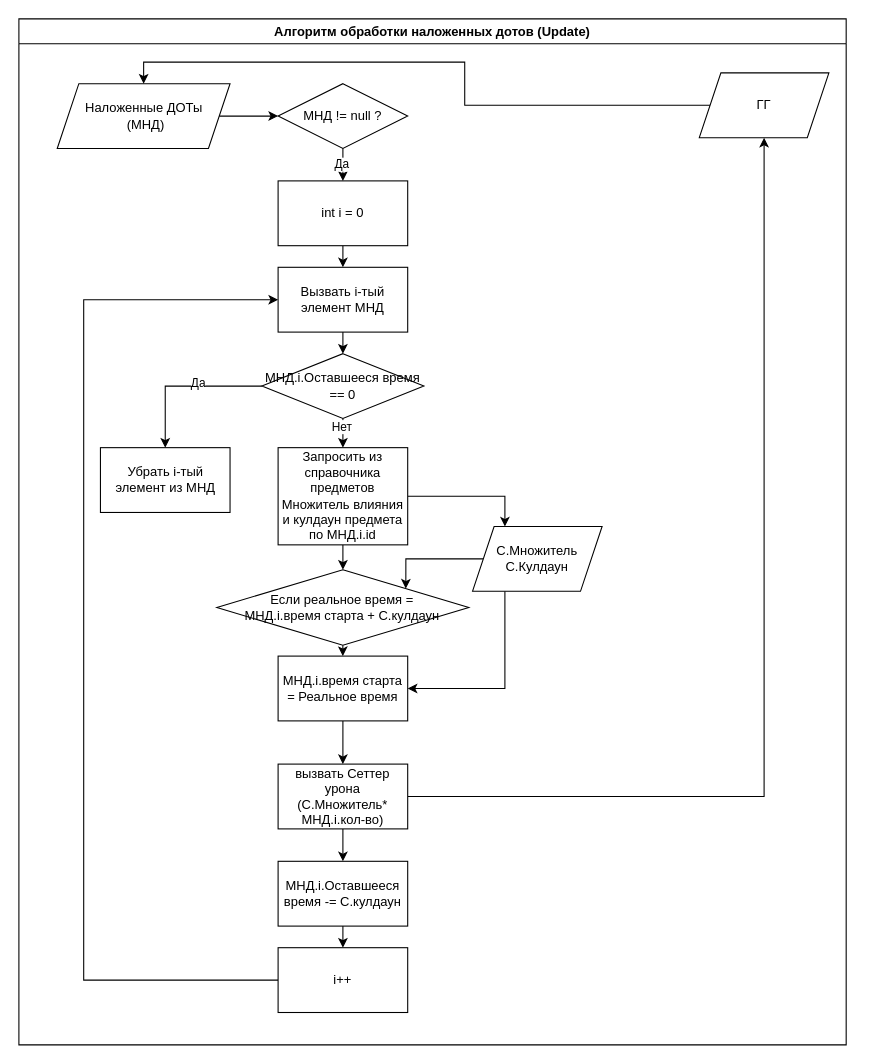
This is Архитектура/Алгоритм обработки наложенных дотов.drawio from alstodont/unityArc, a draw.io file, before an edit. Source tidied: cells renumbered, new cells numbered last; positions are measured from the earlier drawing's top-left corner, leaving out a move shared by most shapes. Both pictures are drawn from the tidied source at 108%, with x=0, y=0 at pixel (18, 18).
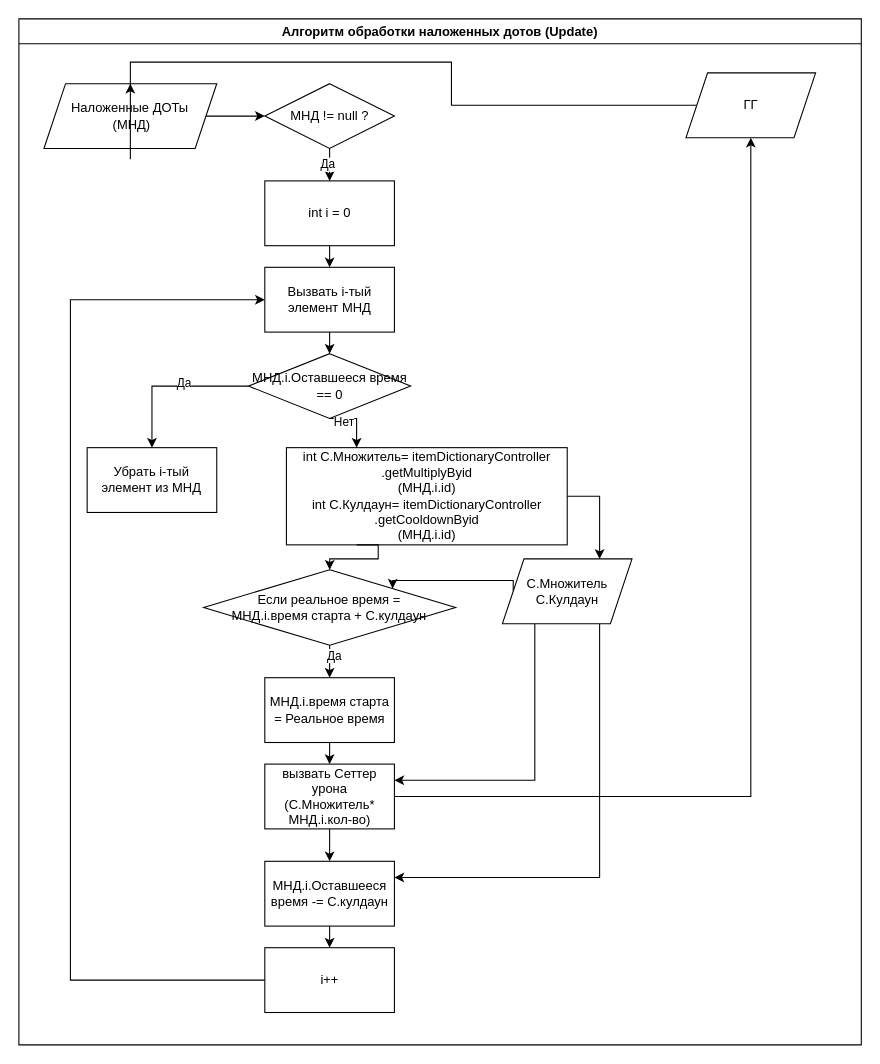
After the change.

The change refers to these unchanged cells:
```xml
<mxCell id="8" style="edgeStyle=orthogonalEdgeStyle;rounded=0;jettySize=auto;html=1;exitX=0.5;exitY=1;exitDx=0;exitDy=0;" parent="2" edge="1" source="5" target="7">
  <mxGeometry relative="1" as="geometry" />
</mxCell>
```

The edit, as a diff of the source:
```diff
@@
     <mxCell id="2" value="Алгоритм обработки наложенных дотов (Update)" style="swimlane;whiteSpace=wrap;html=1;" parent="1" vertex="1">
-      <mxGeometry width="766" height="950" as="geometry" />
+      <mxGeometry width="780" height="950" as="geometry" />
     </mxCell>
-    <mxCell id="3" style="edgeStyle=orthogonalEdgeStyle;rounded=0;jettySize=auto;html=1;exitX=1;exitY=0.5;exitDx=0;exitDy=0;entryX=0;entryY=0.5;entryDx=0;entryDy=0;" parent="2" edge="1" source="4" target="5">
-      <mxGeometry relative="1" as="geometry" />
-    </mxCell>
     <mxCell id="4" value="Наложенные ДОТы&lt;br&gt;&amp;nbsp;(МНД)" style="shape=parallelogram;perimeter=parallelogramPerimeter;whiteSpace=wrap;html=1;fixedSize=1;" parent="2" vertex="1">
-      <mxGeometry x="35.5" y="60" width="160" height="60" as="geometry" />
+      <mxGeometry x="23.2" y="60" width="160" height="60" as="geometry" />
     </mxCell>
     <mxCell id="5" value="МНД != null ?" style="shape=rhombus;perimeter=rhombusPerimeter;whiteSpace=wrap;html=1;align=center;" parent="2" vertex="1">
-      <mxGeometry x="240" y="60" width="120" height="60" as="geometry" />
+      <mxGeometry x="227.7" y="60" width="120" height="60" as="geometry" />
     </mxCell>
-    <mxCell id="6" style="edgeStyle=orthogonalEdgeStyle;rounded=0;jettySize=auto;html=1;exitX=0.5;exitY=1;exitDx=0;exitDy=0;entryX=0.5;entryY=0;entryDx=0;entryDy=0;" parent="2" edge="1" source="7" target="11">
-      <mxGeometry relative="1" as="geometry" />
-    </mxCell>
+    <mxCell id="3" style="edgeStyle=orthogonalEdgeStyle;rounded=0;jettySize=auto;html=1;exitX=1;exitY=0.5;exitDx=0;exitDy=0;entryX=0;entryY=0.5;entryDx=0;entryDy=0;" parent="2" edge="1" source="4" target="5">
+      <mxGeometry relative="1" as="geometry" />
+    </mxCell>
     <mxCell id="7" value="int i = 0" style="rounded=0;whiteSpace=wrap;html=1;" parent="2" vertex="1">
-      <mxGeometry x="240" y="150" width="120" height="60" as="geometry" />
+      <mxGeometry x="227.7" y="150" width="120" height="60" as="geometry" />
     </mxCell>
@@
-    <mxCell id="9" value="Да" style="edgeLabel;html=1;align=center;verticalAlign=middle;" parent="8" vertex="1">
-      <mxGeometry x="0.34" y="-2" relative="1" as="geometry" />
-    </mxCell>
-    <mxCell id="10" style="edgeStyle=orthogonalEdgeStyle;rounded=0;jettySize=auto;html=1;exitX=0.5;exitY=1;exitDx=0;exitDy=0;entryX=0.5;entryY=0;entryDx=0;entryDy=0;" parent="2" edge="1" source="11" target="19">
-      <mxGeometry relative="1" as="geometry" />
-    </mxCell>
+    <mxCell id="37" value="Да" style="edgeLabel;html=1;align=center;verticalAlign=middle;" parent="8" vertex="1">
+      <mxGeometry x="0.34" y="-2" relative="1" as="geometry" />
+    </mxCell>
     <mxCell id="11" value="Вызвать i-тый элемент МНД" style="rounded=0;whiteSpace=wrap;html=1;" parent="2" vertex="1">
-      <mxGeometry x="240" y="230" width="120" height="60" as="geometry" />
+      <mxGeometry x="227.7" y="230" width="120" height="60" as="geometry" />
     </mxCell>
-    <mxCell id="12" style="edgeStyle=orthogonalEdgeStyle;rounded=0;jettySize=auto;html=1;exitX=0.5;exitY=1;exitDx=0;exitDy=0;entryX=0.5;entryY=0;entryDx=0;entryDy=0;" parent="2" edge="1" source="14">
-      <mxGeometry relative="1" as="geometry">
-        <mxPoint x="300" y="510" as="targetPoint" />
-      </mxGeometry>
-    </mxCell>
-    <mxCell id="13" style="edgeStyle=orthogonalEdgeStyle;rounded=0;jettySize=auto;html=1;exitX=1;exitY=0.5;exitDx=0;exitDy=0;entryX=0.25;entryY=0;entryDx=0;entryDy=0;" parent="2" edge="1" source="14" target="36">
-      <mxGeometry relative="1" as="geometry" />
-    </mxCell>
-    <mxCell id="14" value="Запросить из справочника предметов Множитель влияния и кулдаун предмета по МНД.i.id" style="rounded=0;whiteSpace=wrap;html=1;" parent="2" vertex="1">
-      <mxGeometry x="240" y="397" width="120" height="90" as="geometry" />
-    </mxCell>
-    <mxCell id="15" style="edgeStyle=orthogonalEdgeStyle;rounded=0;jettySize=auto;html=1;exitX=0;exitY=0.5;exitDx=0;exitDy=0;" parent="2" edge="1" source="19" target="20">
-      <mxGeometry relative="1" as="geometry" />
-    </mxCell>
-    <mxCell id="16" value="Да" style="edgeLabel;html=1;align=center;verticalAlign=middle;" parent="15" vertex="1">
-      <mxGeometry x="-0.18" y="-4" relative="1" as="geometry" />
-    </mxCell>
-    <mxCell id="17" style="edgeStyle=orthogonalEdgeStyle;rounded=0;jettySize=auto;html=1;exitX=0.5;exitY=1;exitDx=0;exitDy=0;entryX=0.5;entryY=0;entryDx=0;entryDy=0;" parent="2" edge="1" source="19" target="14">
-      <mxGeometry relative="1" as="geometry" />
-    </mxCell>
+    <mxCell id="6" style="edgeStyle=orthogonalEdgeStyle;rounded=0;jettySize=auto;html=1;exitX=0.5;exitY=1;exitDx=0;exitDy=0;entryX=0.5;entryY=0;entryDx=0;entryDy=0;" parent="2" edge="1" source="7" target="11">
+      <mxGeometry relative="1" as="geometry" />
+    </mxCell>
+    <mxCell id="38" value="int С.Множитель= itemDictionaryController&lt;br style=&quot;border-color: var(--border-color);&quot;&gt;.getMultiplyByid&lt;br style=&quot;border-color: var(--border-color);&quot;&gt;(МНД.i.id)&lt;br&gt;int С.Кулдаун= itemDictionaryController&lt;br style=&quot;border-color: var(--border-color);&quot;&gt;.getCooldownByid&lt;br style=&quot;border-color: var(--border-color);&quot;&gt;(МНД.i.id)" style="rounded=0;whiteSpace=wrap;html=1;" parent="2" vertex="1">
+      <mxGeometry x="247.7" y="397" width="260" height="90" as="geometry" />
+    </mxCell>
+    <mxCell id="39" style="edgeStyle=orthogonalEdgeStyle;rounded=0;jettySize=auto;html=1;exitX=0.5;exitY=1;exitDx=0;exitDy=0;entryX=0.25;entryY=0;entryDx=0;entryDy=0;" parent="2" edge="1" source="19" target="38">
+      <mxGeometry relative="1" as="geometry" />
+    </mxCell>
-    <mxCell id="18" value="Нет" style="edgeLabel;html=1;align=center;verticalAlign=middle;" parent="17" vertex="1">
+    <mxCell id="18" value="Нет" style="edgeLabel;html=1;align=center;verticalAlign=middle;" parent="39" vertex="1">
       <mxGeometry x="-0.51" y="-2" relative="1" as="geometry" />
     </mxCell>
     <mxCell id="19" value="МНД.i.Оставшееся время == 0" style="shape=rhombus;perimeter=rhombusPerimeter;whiteSpace=wrap;html=1;align=center;" parent="2" vertex="1">
-      <mxGeometry x="225" y="310" width="150" height="60" as="geometry" />
+      <mxGeometry x="212.7" y="310" width="150" height="60" as="geometry" />
     </mxCell>
+    <mxCell id="10" style="edgeStyle=orthogonalEdgeStyle;rounded=0;jettySize=auto;html=1;exitX=0.5;exitY=1;exitDx=0;exitDy=0;entryX=0.5;entryY=0;entryDx=0;entryDy=0;" parent="2" edge="1" source="11" target="19">
+      <mxGeometry relative="1" as="geometry" />
+    </mxCell>
     <mxCell id="20" value="Убрать i-тый элемент из МНД" style="rounded=0;whiteSpace=wrap;html=1;" parent="2" vertex="1">
-      <mxGeometry x="75.5" y="397" width="120" height="60" as="geometry" />
+      <mxGeometry x="63.2" y="397" width="120" height="60" as="geometry" />
     </mxCell>
-    <mxCell id="21" style="edgeStyle=orthogonalEdgeStyle;rounded=0;jettySize=auto;html=1;exitX=0.5;exitY=1;exitDx=0;exitDy=0;entryX=0.5;entryY=0;entryDx=0;entryDy=0;" parent="2" edge="1" source="23" target="29">
-      <mxGeometry relative="1" as="geometry" />
-    </mxCell>
-    <mxCell id="22" style="edgeStyle=orthogonalEdgeStyle;rounded=0;jettySize=auto;html=1;exitX=1;exitY=0.5;exitDx=0;exitDy=0;entryX=0.5;entryY=1;entryDx=0;entryDy=0;" parent="2" edge="1" source="23" target="25">
-      <mxGeometry relative="1" as="geometry" />
-    </mxCell>
+    <mxCell id="15" style="edgeStyle=orthogonalEdgeStyle;rounded=0;jettySize=auto;html=1;exitX=0;exitY=0.5;exitDx=0;exitDy=0;" parent="2" edge="1" source="19" target="20">
+      <mxGeometry relative="1" as="geometry" />
+    </mxCell>
+    <mxCell id="40" value="Да" style="edgeLabel;html=1;align=center;verticalAlign=middle;" parent="15" vertex="1">
+      <mxGeometry x="-0.18" y="-4" relative="1" as="geometry" />
+    </mxCell>
     <mxCell id="23" value="вызвать Сеттер урона (С.Множитель*&lt;br&gt;МНД.i.кол-во)" style="rounded=0;whiteSpace=wrap;html=1;" parent="2" vertex="1">
-      <mxGeometry x="240" y="690" width="120" height="60" as="geometry" />
+      <mxGeometry x="227.7" y="690" width="120" height="60" as="geometry" />
     </mxCell>
@@
     <mxCell id="25" value="ГГ" style="shape=parallelogram;perimeter=parallelogramPerimeter;whiteSpace=wrap;html=1;fixedSize=1;" parent="2" vertex="1">
-      <mxGeometry x="630" y="50" width="120" height="60" as="geometry" />
+      <mxGeometry x="617.7" y="50" width="120" height="60" as="geometry" />
     </mxCell>
-    <mxCell id="26" style="edgeStyle=orthogonalEdgeStyle;rounded=0;jettySize=auto;html=1;exitX=0.5;exitY=1;exitDx=0;exitDy=0;entryX=0.5;entryY=0;entryDx=0;entryDy=0;" parent="2" edge="1" source="27" target="33">
-      <mxGeometry relative="1" as="geometry" />
-    </mxCell>
+    <mxCell id="22" style="edgeStyle=orthogonalEdgeStyle;rounded=0;jettySize=auto;html=1;exitX=1;exitY=0.5;exitDx=0;exitDy=0;entryX=0.5;entryY=1;entryDx=0;entryDy=0;" parent="2" edge="1" source="23" target="25">
+      <mxGeometry relative="1" as="geometry" />
+    </mxCell>
     <mxCell id="27" value="Если реальное время = &lt;br&gt;МНД.i.время старта + С.кулдаун" style="shape=rhombus;perimeter=rhombusPerimeter;whiteSpace=wrap;html=1;align=center;" parent="2" vertex="1">
-      <mxGeometry x="183.3" y="510" width="233.3" height="70" as="geometry" />
+      <mxGeometry x="171.1" y="510" width="233.3" height="70" as="geometry" />
     </mxCell>
-    <mxCell id="28" style="edgeStyle=orthogonalEdgeStyle;rounded=0;jettySize=auto;html=1;exitX=0.5;exitY=1;exitDx=0;exitDy=0;entryX=0.5;entryY=0;entryDx=0;entryDy=0;" parent="2" edge="1" source="29" target="31">
-      <mxGeometry relative="1" as="geometry" />
-    </mxCell>
+    <mxCell id="41" style="edgeStyle=orthogonalEdgeStyle;rounded=0;jettySize=auto;html=1;exitX=0.25;exitY=1;exitDx=0;exitDy=0;entryX=0.5;entryY=0;entryDx=0;entryDy=0;" parent="2" edge="1" source="38" target="27">
+      <mxGeometry relative="1" as="geometry">
+        <Array as="points">
+          <mxPoint x="332.7" y="500" />
+          <mxPoint x="287.7" y="500" />
+        </Array>
+      </mxGeometry>
+    </mxCell>
     <mxCell id="29" value="МНД.i.Оставшееся время -= С.кулдаун" style="rounded=0;whiteSpace=wrap;html=1;" parent="2" vertex="1">
-      <mxGeometry x="240" y="780" width="120" height="60" as="geometry" />
+      <mxGeometry x="227.7" y="780" width="120" height="60" as="geometry" />
     </mxCell>
+    <mxCell id="21" style="edgeStyle=orthogonalEdgeStyle;rounded=0;jettySize=auto;html=1;exitX=0.5;exitY=1;exitDx=0;exitDy=0;entryX=0.5;entryY=0;entryDx=0;entryDy=0;" parent="2" edge="1" source="23" target="29">
+      <mxGeometry relative="1" as="geometry" />
+    </mxCell>
     <mxCell id="30" style="edgeStyle=orthogonalEdgeStyle;rounded=0;jettySize=auto;html=1;exitX=0;exitY=0.5;exitDx=0;exitDy=0;entryX=0;entryY=0.5;entryDx=0;entryDy=0;" parent="2" edge="1" source="31" target="11">
       <mxGeometry relative="1" as="geometry">
         <Array as="points">
-          <mxPoint x="60" y="890" />
-          <mxPoint x="60" y="260" />
+          <mxPoint x="47.7" y="890" />
+          <mxPoint x="47.7" y="260" />
         </Array>
       </mxGeometry>
     </mxCell>
     <mxCell id="31" value="i++" style="rounded=0;whiteSpace=wrap;html=1;" parent="2" vertex="1">
-      <mxGeometry x="240" y="860" width="120" height="60" as="geometry" />
+      <mxGeometry x="227.7" y="860" width="120" height="60" as="geometry" />
     </mxCell>
+    <mxCell id="28" style="edgeStyle=orthogonalEdgeStyle;rounded=0;jettySize=auto;html=1;exitX=0.5;exitY=1;exitDx=0;exitDy=0;entryX=0.5;entryY=0;entryDx=0;entryDy=0;" parent="2" edge="1" source="29" target="31">
+      <mxGeometry relative="1" as="geometry" />
+    </mxCell>
@@
     <mxCell id="33" value="МНД.i.время старта = Реальное время" style="rounded=0;whiteSpace=wrap;html=1;" parent="2" vertex="1">
-      <mxGeometry x="240" y="590" width="120" height="60" as="geometry" />
+      <mxGeometry x="227.7" y="610" width="120" height="60" as="geometry" />
     </mxCell>
-    <mxCell id="34" style="edgeStyle=orthogonalEdgeStyle;rounded=0;jettySize=auto;html=1;exitX=0.25;exitY=1;exitDx=0;exitDy=0;entryX=1;entryY=0.5;entryDx=0;entryDy=0;" parent="2" edge="1" source="36" target="33">
-      <mxGeometry relative="1" as="geometry" />
-    </mxCell>
+    <mxCell id="26" style="edgeStyle=orthogonalEdgeStyle;rounded=0;jettySize=auto;html=1;exitX=0.5;exitY=1;exitDx=0;exitDy=0;entryX=0.5;entryY=0;entryDx=0;entryDy=0;" parent="2" edge="1" source="27" target="33">
+      <mxGeometry relative="1" as="geometry" />
+    </mxCell>
+    <mxCell id="42" value="Да" style="edgeLabel;html=1;align=center;verticalAlign=middle;" parent="26" vertex="1">
+      <mxGeometry x="-0.39" y="4" relative="1" as="geometry" />
+    </mxCell>
     <mxCell id="35" style="edgeStyle=orthogonalEdgeStyle;rounded=0;jettySize=auto;html=1;exitX=0;exitY=0.5;exitDx=0;exitDy=0;entryX=1;entryY=0;entryDx=0;entryDy=0;" parent="2" edge="1" source="36" target="27">
       <mxGeometry relative="1" as="geometry">
         <Array as="points">
-          <mxPoint x="358" y="500" />
-          <mxPoint x="358" y="527" />
+          <mxPoint x="457.7" y="520" />
+          <mxPoint x="345.7" y="520" />
+          <mxPoint x="345.7" y="527" />
         </Array>
       </mxGeometry>
     </mxCell>
+    <mxCell id="43" style="edgeStyle=orthogonalEdgeStyle;rounded=0;jettySize=auto;html=1;exitX=0.25;exitY=1;exitDx=0;exitDy=0;entryX=1;entryY=0.25;entryDx=0;entryDy=0;" parent="2" edge="1" source="36" target="23">
+      <mxGeometry relative="1" as="geometry" />
+    </mxCell>
+    <mxCell id="44" style="edgeStyle=orthogonalEdgeStyle;rounded=0;jettySize=auto;html=1;exitX=0.75;exitY=1;exitDx=0;exitDy=0;entryX=1;entryY=0.25;entryDx=0;entryDy=0;" parent="2" edge="1" source="36" target="29">
+      <mxGeometry relative="1" as="geometry" />
+    </mxCell>
     <mxCell id="36" value="С.Множитель&lt;br&gt;С.Кулдаун" style="shape=parallelogram;perimeter=parallelogramPerimeter;whiteSpace=wrap;html=1;fixedSize=1;" parent="2" vertex="1">
-      <mxGeometry x="420" y="470" width="120" height="60" as="geometry" />
+      <mxGeometry x="447.7" y="500" width="120" height="60" as="geometry" />
     </mxCell>
+    <mxCell id="45" style="edgeStyle=orthogonalEdgeStyle;rounded=0;jettySize=auto;html=1;exitX=1;exitY=0.5;exitDx=0;exitDy=0;entryX=0.75;entryY=0;entryDx=0;entryDy=0;" parent="2" edge="1" source="38" target="36">
+      <mxGeometry relative="1" as="geometry" />
+    </mxCell>
```
